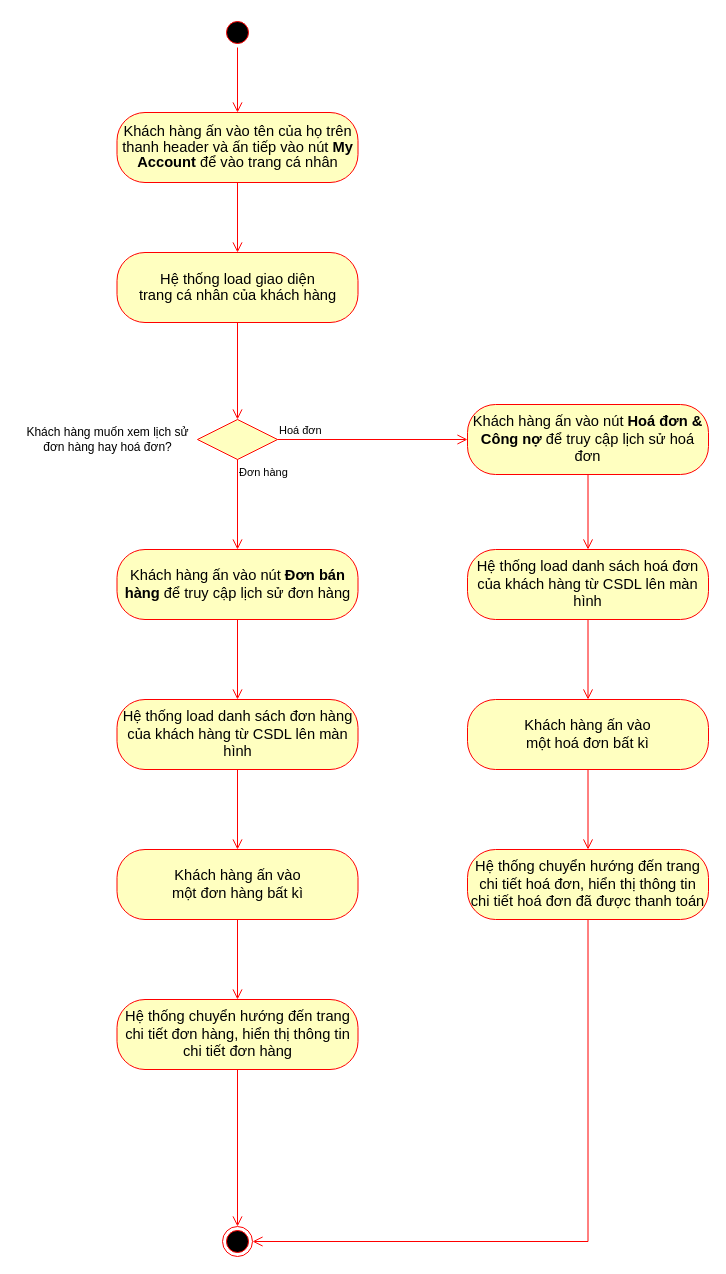
Above: Nam3_HK1/CNPM_SoftTech/Activity Diagrams/Nguyên Lộc/AD_XemLịchSửMuaHàng.drawio in EdgarIgnite16/SGU-Course (draw.io), before the change. Source tidied: cells renumbered, new cells numbered last; positions are measured from the earlier drawing's top-left corner, leaving out a move shared by most shapes. Both pictures are drawn from the tidied source at 100%, with x=0, y=0 at pixel (17, 17).
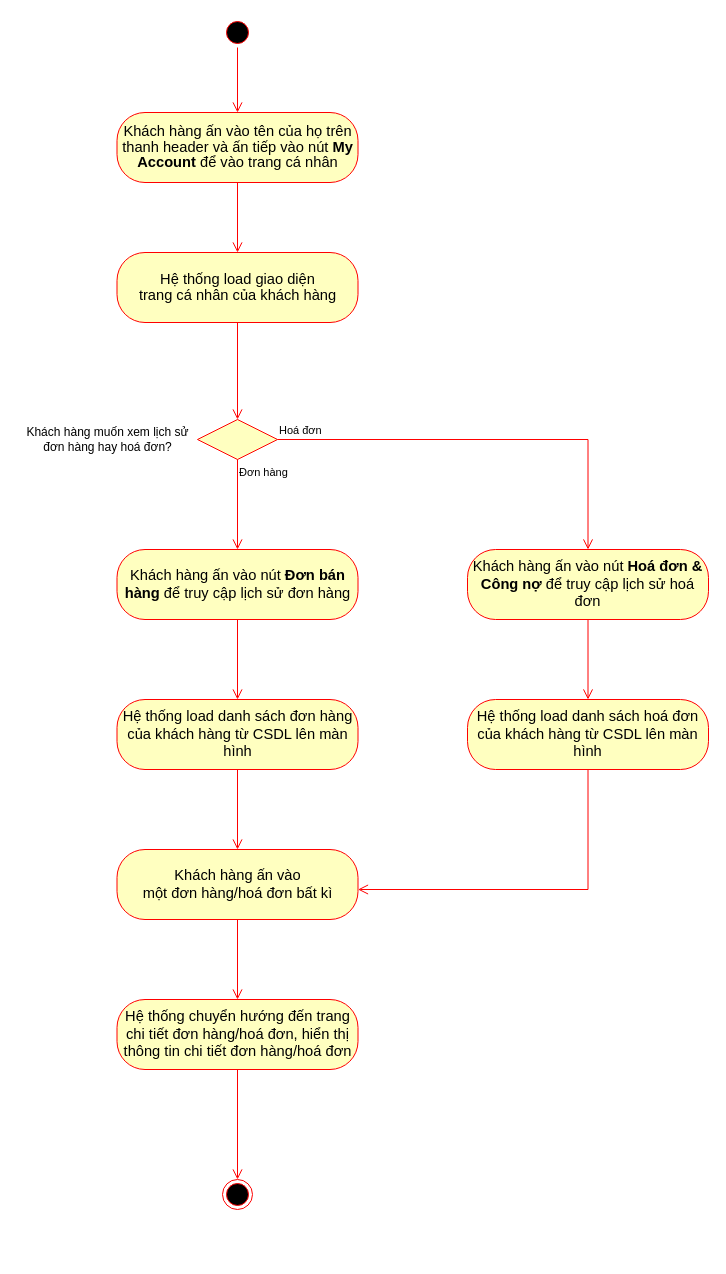
The same diagram, later.

What changed in the source:
```diff
@@
     <mxCell id="8" style="ellipse;html=1;shape=endState;fillColor=#000000;strokeColor=#ff0000;" parent="1" vertex="1">
-      <mxGeometry x="205" y="1209" width="30" height="30" as="geometry" />
+      <mxGeometry x="205" y="1162" width="30" height="30" as="geometry" />
     </mxCell>
@@
     <mxCell id="15" value="&lt;font face=&quot;calibri, sans-serif&quot;&gt;&lt;span style=&quot;font-size: 14.6667px&quot;&gt;Khách hàng ấn vào nút &lt;b&gt;Hoá đơn &amp;amp; Công nợ&lt;/b&gt;&amp;nbsp;để truy cập lịch sử hoá đơn&lt;/span&gt;&lt;/font&gt;" style="rounded=1;whiteSpace=wrap;html=1;arcSize=40;fontColor=#000000;fillColor=#ffffc0;strokeColor=#ff0000;" parent="1" vertex="1">
-      <mxGeometry x="450" y="387" width="241" height="70" as="geometry" />
+      <mxGeometry x="450" y="532" width="241" height="70" as="geometry" />
     </mxCell>
@@
     <mxCell id="17" value="&lt;font face=&quot;calibri, sans-serif&quot;&gt;&lt;span style=&quot;font-size: 14.6667px&quot;&gt;Hệ thống load danh sách hoá đơn của khách hàng từ CSDL lên màn hình&lt;/span&gt;&lt;/font&gt;" style="rounded=1;whiteSpace=wrap;html=1;arcSize=40;fontColor=#000000;fillColor=#ffffc0;strokeColor=#ff0000;" parent="1" vertex="1">
-      <mxGeometry x="450" y="532" width="241" height="70" as="geometry" />
+      <mxGeometry x="450" y="682" width="241" height="70" as="geometry" />
     </mxCell>
@@
-    <mxCell id="20" value="&lt;font face=&quot;calibri, sans-serif&quot;&gt;&lt;span style=&quot;font-size: 14.6667px&quot;&gt;Khách hàng ấn vào &lt;br&gt;một đơn hàng bất kì&lt;/span&gt;&lt;/font&gt;" style="rounded=1;whiteSpace=wrap;html=1;arcSize=40;fontColor=#000000;fillColor=#ffffc0;strokeColor=#ff0000;" parent="1" vertex="1">
+    <mxCell id="20" value="&lt;font face=&quot;calibri, sans-serif&quot;&gt;&lt;span style=&quot;font-size: 14.6667px&quot;&gt;Khách hàng ấn vào &lt;br&gt;một đơn hàng/hoá đơn bất kì&lt;/span&gt;&lt;/font&gt;" style="rounded=1;whiteSpace=wrap;html=1;arcSize=40;fontColor=#000000;fillColor=#ffffc0;strokeColor=#ff0000;" parent="1" vertex="1">
       <mxGeometry x="99.5" y="832" width="241" height="70" as="geometry" />
     </mxCell>
@@
-    <mxCell id="22" value="&lt;font face=&quot;calibri, sans-serif&quot;&gt;&lt;span style=&quot;font-size: 14.6667px&quot;&gt;Khách hàng ấn vào &lt;br&gt;một hoá đơn bất kì&lt;/span&gt;&lt;/font&gt;" style="rounded=1;whiteSpace=wrap;html=1;arcSize=40;fontColor=#000000;fillColor=#ffffc0;strokeColor=#ff0000;" parent="1" vertex="1">
-      <mxGeometry x="450" y="682" width="241" height="70" as="geometry" />
-    </mxCell>
-    <mxCell id="23" style="edgeStyle=orthogonalEdgeStyle;html=1;verticalAlign=bottom;endArrow=open;endSize=8;strokeColor=#ff0000;rounded=0;" parent="1" edge="1" source="17" target="22">
-      <mxGeometry relative="1" as="geometry" />
-    </mxCell>
-    <mxCell id="24" value="&lt;font face=&quot;calibri, sans-serif&quot;&gt;&lt;span style=&quot;font-size: 14.6667px&quot;&gt;Hệ thống chuyển hướng đến trang chi tiết đơn hàng, hiển thị thông tin chi tiết đơn hàng&lt;/span&gt;&lt;/font&gt;" style="rounded=1;whiteSpace=wrap;html=1;arcSize=40;fontColor=#000000;fillColor=#ffffc0;strokeColor=#ff0000;" parent="1" vertex="1">
+    <mxCell id="24" value="&lt;font face=&quot;calibri, sans-serif&quot;&gt;&lt;span style=&quot;font-size: 14.6667px&quot;&gt;Hệ thống chuyển hướng đến trang chi tiết đơn hàng/hoá đơn, hiển thị thông tin chi tiết đơn hàng/hoá đơn&lt;/span&gt;&lt;/font&gt;" style="rounded=1;whiteSpace=wrap;html=1;arcSize=40;fontColor=#000000;fillColor=#ffffc0;strokeColor=#ff0000;" parent="1" vertex="1">
       <mxGeometry x="99.5" y="982" width="241" height="70" as="geometry" />
     </mxCell>
@@
-    <mxCell id="26" value="&lt;font face=&quot;calibri, sans-serif&quot;&gt;&lt;span style=&quot;font-size: 14.6667px&quot;&gt;Hệ thống chuyển hướng đến trang chi tiết hoá đơn, hiển thị thông tin chi tiết hoá đơn đã được thanh toán&lt;/span&gt;&lt;/font&gt;" style="rounded=1;whiteSpace=wrap;html=1;arcSize=40;fontColor=#000000;fillColor=#ffffc0;strokeColor=#ff0000;" parent="1" vertex="1">
-      <mxGeometry x="450" y="832" width="241" height="70" as="geometry" />
-    </mxCell>
-    <mxCell id="27" style="edgeStyle=orthogonalEdgeStyle;html=1;verticalAlign=bottom;endArrow=open;endSize=8;strokeColor=#ff0000;rounded=0;" parent="1" edge="1" source="22" target="26">
-      <mxGeometry relative="1" as="geometry" />
-    </mxCell>
-    <mxCell id="28" style="edgeStyle=orthogonalEdgeStyle;html=1;verticalAlign=bottom;endArrow=open;endSize=8;strokeColor=#ff0000;rounded=0;" parent="1" edge="1" source="26" target="8">
-      <mxGeometry relative="1" as="geometry">
-        <Array as="points">
-          <mxPoint x="570" y="1224" />
-        </Array>
-      </mxGeometry>
-    </mxCell>
+    <mxCell id="29" style="edgeStyle=orthogonalEdgeStyle;html=1;verticalAlign=bottom;endArrow=open;endSize=8;strokeColor=#ff0000;rounded=0;" parent="1" edge="1" source="17" target="20">
+      <mxGeometry relative="1" as="geometry">
+        <Array as="points">
+          <mxPoint x="571" y="872" />
+        </Array>
+      </mxGeometry>
+    </mxCell>
```
